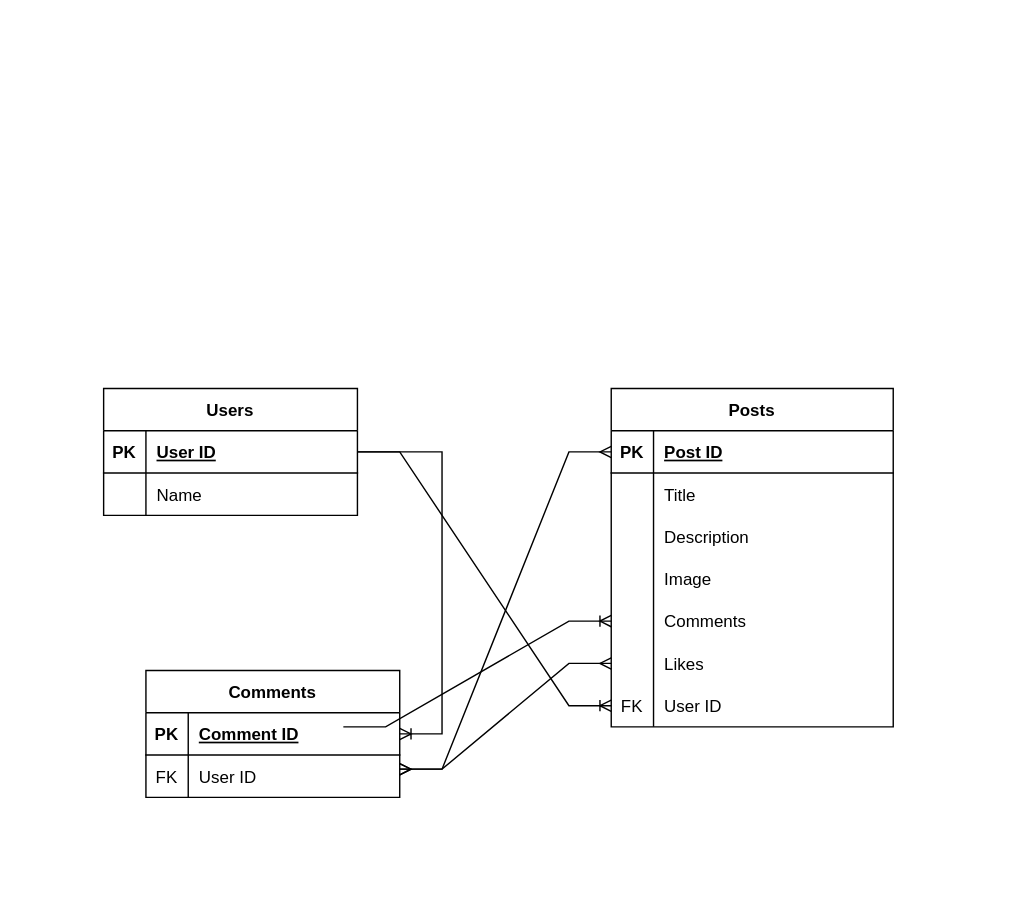
The draw.io diagram Blogging Application.drawio in yanley/testsite, before the edit. Source tidied: cells renumbered, new cells numbered last; positions are measured from the earlier drawing's top-left corner, leaving out a move shared by most shapes. Both pictures are drawn from the tidied source at 141%, with x=0, y=0 at pixel (103, 388).
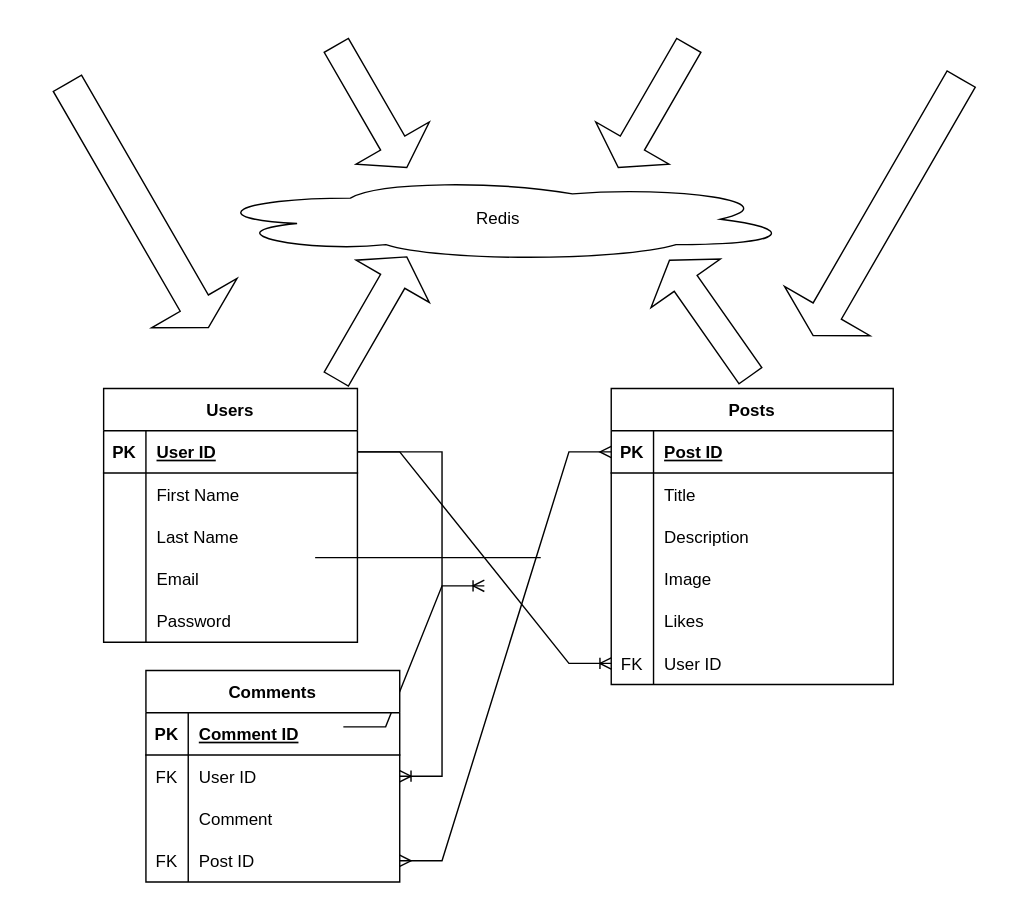
The same diagram, later.

Commit message:
Added Redis cache and additional user fields

The change refers to these unchanged cells:
```xml
<mxCell id="3" style="shape=tableRow;horizontal=0;startSize=0;swimlaneHead=0;swimlaneBody=0;fillColor=none;points=[[0,0.5],[1,0.5]];portConstraint=eastwest;top=0;left=0;right=0;bottom=1;" parent="2" vertex="1">
  <mxGeometry y="30" width="180" height="30" as="geometry" />
</mxCell>
<mxCell id="6" style="shape=tableRow;horizontal=0;startSize=0;swimlaneHead=0;swimlaneBody=0;fillColor=none;top=0;left=0;right=0;bottom=0;" parent="2" vertex="1">
  <mxGeometry y="60" width="180" height="30" as="geometry" />
</mxCell>
<mxCell id="10" style="shape=tableRow;horizontal=0;startSize=0;swimlaneHead=0;swimlaneBody=0;fillColor=none;points=[[0,0.5],[1,0.5]];portConstraint=eastwest;top=0;left=0;right=0;bottom=1;" parent="9" vertex="1">
  <mxGeometry y="30" width="200" height="30" as="geometry" />
</mxCell>
<mxCell id="34" style="shape=tableRow;horizontal=0;startSize=0;swimlaneHead=0;swimlaneBody=0;fillColor=none;points=[[0,0.5],[1,0.5]];portConstraint=eastwest;top=0;left=0;right=0;bottom=1;" parent="33" vertex="1">
  <mxGeometry y="30" width="180" height="30" as="geometry" />
</mxCell>
<mxCell id="37" style="shape=tableRow;horizontal=0;startSize=0;swimlaneHead=0;swimlaneBody=0;fillColor=none;points=[[0,0.5],[1,0.5]];portConstraint=eastwest;top=0;left=0;right=0;bottom=0;" parent="33" vertex="1">
  <mxGeometry y="60" width="180" height="30" as="geometry" />
</mxCell>
```

Diff of the diagram source:
```diff
@@
     <mxCell id="2" value="Users" style="shape=table;startSize=30;childLayout=tableLayout;rowLines=0;fontStyle=1;align=center;" parent="1" vertex="1">
-      <mxGeometry width="180" height="90" as="geometry" />
+      <mxGeometry width="180" height="180" as="geometry" />
     </mxCell>
@@
-    <mxCell id="8" value="Name" style="shape=partialRectangle;fillColor=none;top=0;left=0;bottom=0;right=0;align=left;spacingLeft=6;overflow=hidden;" parent="6" vertex="1">
+    <mxCell id="8" value="First Name" style="shape=partialRectangle;fillColor=none;top=0;left=0;bottom=0;right=0;align=left;spacingLeft=6;overflow=hidden;" parent="6" vertex="1">
       <mxGeometry x="30" width="150" height="30" as="geometry" />
     </mxCell>
+    <mxCell id="43" style="shape=tableRow;horizontal=0;startSize=0;swimlaneHead=0;swimlaneBody=0;fillColor=none;top=0;left=0;right=0;bottom=0;" parent="2" vertex="1">
+      <mxGeometry y="90" width="180" height="30" as="geometry" />
+    </mxCell>
+    <mxCell id="44" style="shape=partialRectangle;fillColor=none;top=0;left=0;bottom=0;right=0;overflow=hidden;" parent="43" vertex="1">
+      <mxGeometry width="30" height="30" as="geometry" />
+    </mxCell>
+    <mxCell id="45" value="Last Name" style="shape=partialRectangle;fillColor=none;top=0;left=0;bottom=0;right=0;align=left;spacingLeft=6;overflow=hidden;" parent="43" vertex="1">
+      <mxGeometry x="30" width="150" height="30" as="geometry" />
+    </mxCell>
+    <mxCell id="46" style="shape=tableRow;horizontal=0;startSize=0;swimlaneHead=0;swimlaneBody=0;fillColor=none;top=0;left=0;right=0;bottom=0;" parent="2" vertex="1">
+      <mxGeometry y="120" width="180" height="30" as="geometry" />
+    </mxCell>
+    <mxCell id="47" style="shape=partialRectangle;fillColor=none;top=0;left=0;bottom=0;right=0;overflow=hidden;" parent="46" vertex="1">
+      <mxGeometry width="30" height="30" as="geometry" />
+    </mxCell>
+    <mxCell id="48" value="Email" style="shape=partialRectangle;fillColor=none;top=0;left=0;bottom=0;right=0;align=left;spacingLeft=6;overflow=hidden;" parent="46" vertex="1">
+      <mxGeometry x="30" width="150" height="30" as="geometry" />
+    </mxCell>
+    <mxCell id="49" style="shape=tableRow;horizontal=0;startSize=0;swimlaneHead=0;swimlaneBody=0;fillColor=none;top=0;left=0;right=0;bottom=0;" parent="2" vertex="1">
+      <mxGeometry y="150" width="180" height="30" as="geometry" />
+    </mxCell>
+    <mxCell id="50" style="shape=partialRectangle;fillColor=none;top=0;left=0;bottom=0;right=0;overflow=hidden;" parent="49" vertex="1">
+      <mxGeometry width="30" height="30" as="geometry" />
+    </mxCell>
+    <mxCell id="51" value="Password" style="shape=partialRectangle;fillColor=none;top=0;left=0;bottom=0;right=0;align=left;spacingLeft=6;overflow=hidden;" parent="49" vertex="1">
+      <mxGeometry x="30" width="150" height="30" as="geometry" />
+    </mxCell>
     <mxCell id="9" value="Posts" style="shape=table;startSize=30;childLayout=tableLayout;rowLines=0;fontStyle=1;align=center;" parent="1" vertex="1">
-      <mxGeometry x="360" width="200" height="240" as="geometry" />
+      <mxGeometry x="360" width="200" height="210" as="geometry" />
     </mxCell>
@@
-    <mxCell id="22" style="shape=tableRow;horizontal=0;startSize=0;swimlaneHead=0;swimlaneBody=0;fillColor=none;points=[[0,0.5],[1,0.5]];portConstraint=eastwest;top=0;left=0;right=0;bottom=0;" parent="9" vertex="1">
-      <mxGeometry y="150" width="200" height="30" as="geometry" />
-    </mxCell>
-    <mxCell id="23" style="shape=partialRectangle;fillColor=none;top=0;left=0;bottom=0;right=0;overflow=hidden;" parent="22" vertex="1">
-      <mxGeometry width="30" height="30" as="geometry" />
-    </mxCell>
-    <mxCell id="24" value="Comments " style="shape=partialRectangle;fillColor=none;top=0;left=0;bottom=0;right=0;align=left;spacingLeft=6;overflow=hidden;" parent="22" vertex="1">
-      <mxGeometry x="30" width="170" height="30" as="geometry" />
-    </mxCell>
     <mxCell id="25" style="shape=tableRow;horizontal=0;startSize=0;swimlaneHead=0;swimlaneBody=0;fillColor=none;points=[[0,0.5],[1,0.5]];portConstraint=eastwest;top=0;left=0;right=0;bottom=0;" parent="9" vertex="1">
-      <mxGeometry y="180" width="200" height="30" as="geometry" />
+      <mxGeometry y="150" width="200" height="30" as="geometry" />
     </mxCell>
@@
     <mxCell id="28" style="shape=tableRow;horizontal=0;startSize=0;swimlaneHead=0;swimlaneBody=0;fillColor=none;points=[[0,0.5],[1,0.5]];portConstraint=eastwest;top=0;left=0;right=0;bottom=0;" parent="9" vertex="1">
-      <mxGeometry y="210" width="200" height="30" as="geometry" />
+      <mxGeometry y="180" width="200" height="30" as="geometry" />
     </mxCell>
@@
-    <mxCell id="31" style="edgeStyle=entityRelationEdgeStyle;fontSize=12;html=1;endArrow=ERoneToMany;rounded=0;exitX=1.011;exitY=0.733;exitDx=0;exitDy=0;exitPerimeter=0;" parent="1" edge="1" target="22">
+    <mxCell id="31" style="edgeStyle=entityRelationEdgeStyle;fontSize=12;html=1;endArrow=ERoneToMany;rounded=0;exitX=1.011;exitY=0.733;exitDx=0;exitDy=0;exitPerimeter=0;" parent="1" edge="1">
       <mxGeometry relative="1" as="geometry">
         <mxPoint x="170" y="240" as="sourcePoint" />
+        <mxPoint x="270" y="140" as="targetPoint" />
       </mxGeometry>
     </mxCell>
@@
     <mxCell id="33" value="Comments" style="shape=table;startSize=30;childLayout=tableLayout;rowLines=0;fontStyle=1;align=center;" parent="1" vertex="1">
-      <mxGeometry x="30" y="200" width="180" height="90" as="geometry" />
+      <mxGeometry x="30" y="200" width="180" height="150" as="geometry" />
     </mxCell>
@@
-    <mxCell id="40" style="edgeStyle=entityRelationEdgeStyle;fontSize=12;html=1;endArrow=ERoneToMany;rounded=0;" parent="1" edge="1" source="3" target="34">
-      <mxGeometry relative="1" as="geometry" />
-    </mxCell>
-    <mxCell id="41" style="edgeStyle=entityRelationEdgeStyle;fontSize=12;html=1;endArrow=ERmany;startArrow=ERmany;rounded=0;" parent="1" edge="1" target="25">
-      <mxGeometry relative="1" as="geometry">
-        <mxPoint x="210" y="270" as="sourcePoint" />
-      </mxGeometry>
-    </mxCell>
+    <mxCell id="52" style="shape=tableRow;horizontal=0;startSize=0;swimlaneHead=0;swimlaneBody=0;fillColor=none;top=0;left=0;right=0;bottom=0;" parent="33" vertex="1">
+      <mxGeometry y="90" width="180" height="30" as="geometry" />
+    </mxCell>
+    <mxCell id="53" style="shape=partialRectangle;fillColor=none;top=0;left=0;bottom=0;right=0;overflow=hidden;" parent="52" vertex="1">
+      <mxGeometry width="30" height="30" as="geometry" />
+    </mxCell>
+    <mxCell id="54" value="Comment" style="shape=partialRectangle;fillColor=none;top=0;left=0;bottom=0;right=0;align=left;spacingLeft=6;overflow=hidden;" parent="52" vertex="1">
+      <mxGeometry x="30" width="150" height="30" as="geometry" />
+    </mxCell>
+    <mxCell id="55" style="shape=tableRow;horizontal=0;startSize=0;swimlaneHead=0;swimlaneBody=0;fillColor=none;points=[[0,0.5],[1,0.5]];portConstraint=eastwest;top=0;left=0;right=0;bottom=0;" parent="33" vertex="1">
+      <mxGeometry y="120" width="180" height="30" as="geometry" />
+    </mxCell>
+    <mxCell id="56" value="FK" style="shape=partialRectangle;fillColor=none;top=0;left=0;bottom=0;right=0;overflow=hidden;" parent="55" vertex="1">
+      <mxGeometry width="30" height="30" as="geometry" />
+    </mxCell>
+    <mxCell id="57" value="Post ID" style="shape=partialRectangle;fillColor=none;top=0;left=0;bottom=0;right=0;align=left;spacingLeft=6;overflow=hidden;" parent="55" vertex="1">
+      <mxGeometry x="30" width="150" height="30" as="geometry" />
+    </mxCell>
-    <mxCell id="42" style="edgeStyle=entityRelationEdgeStyle;fontSize=12;html=1;endArrow=ERmany;startArrow=ERmany;rounded=0;entryX=0;entryY=0.5;entryDx=0;entryDy=0;" parent="1" edge="1" target="10">
-      <mxGeometry relative="1" as="geometry">
-        <mxPoint x="210" y="270" as="sourcePoint" />
-      </mxGeometry>
+    <mxCell id="42" style="edgeStyle=entityRelationEdgeStyle;fontSize=12;html=1;endArrow=ERmany;startArrow=ERmany;rounded=0;entryX=0;entryY=0.5;entryDx=0;entryDy=0;exitX=1;exitY=0.5;exitDx=0;exitDy=0;" parent="1" edge="1" source="55" target="10">
+      <mxGeometry relative="1" as="geometry" />
     </mxCell>
+    <mxCell id="58" style="edgeStyle=entityRelationEdgeStyle;fontSize=12;html=1;endArrow=ERoneToMany;rounded=0;exitX=1;exitY=0.5;exitDx=0;exitDy=0;" parent="1" edge="1" source="3" target="37">
+      <mxGeometry relative="1" as="geometry" />
+    </mxCell>
+    <mxCell id="59" value="Redis" style="ellipse;shape=cloud;whiteSpace=wrap;html=1;align=center;" parent="1" vertex="1">
+      <mxGeometry x="70" y="-150" width="420" height="60" as="geometry" />
+    </mxCell>
+    <mxCell id="60" style="endArrow=none;html=1;rounded=0;" parent="1" edge="1">
+      <mxGeometry relative="1" as="geometry">
+        <mxPoint x="150" y="120" as="sourcePoint" />
+        <mxPoint x="310" y="120" as="targetPoint" />
+      </mxGeometry>
+    </mxCell>
+    <mxCell id="61" style="html=1;shadow=0;dashed=0;align=center;verticalAlign=middle;shape=mxgraph.arrows2.arrow;dy=0.67;dx=20;notch=0;rotation=60;" parent="1" vertex="1">
+      <mxGeometry x="140" y="-230" width="100" height="60" as="geometry" />
+    </mxCell>
+    <mxCell id="62" style="html=1;shadow=0;dashed=0;align=center;verticalAlign=middle;shape=mxgraph.arrows2.arrow;dy=0.67;dx=20;notch=0;rotation=120;" parent="1" vertex="1">
+      <mxGeometry x="340" y="-230" width="100" height="60" as="geometry" />
+    </mxCell>
+    <mxCell id="63" style="html=1;shadow=0;dashed=0;align=center;verticalAlign=middle;shape=mxgraph.arrows2.arrow;dy=0.67;dx=20;notch=0;rotation=60;" parent="1" vertex="1">
+      <mxGeometry x="-75.7" y="-164.8" width="200" height="70" as="geometry" />
+    </mxCell>
+    <mxCell id="64" style="html=1;shadow=0;dashed=0;align=center;verticalAlign=middle;shape=mxgraph.arrows2.arrow;dy=0.67;dx=20;notch=0;rotation=120;" parent="1" vertex="1">
+      <mxGeometry x="450.7" y="-163.5" width="210" height="70" as="geometry" />
+    </mxCell>
+    <mxCell id="65" style="html=1;shadow=0;dashed=0;align=center;verticalAlign=middle;shape=mxgraph.arrows2.arrow;dy=0.67;dx=20;notch=0;rotation=-125;" parent="1" vertex="1">
+      <mxGeometry x="380" y="-80" width="100" height="60" as="geometry" />
+    </mxCell>
+    <mxCell id="66" style="html=1;shadow=0;dashed=0;align=center;verticalAlign=middle;shape=mxgraph.arrows2.arrow;dy=0.67;dx=20;notch=0;rotation=-60;" parent="1" vertex="1">
+      <mxGeometry x="140" y="-80" width="100" height="60" as="geometry" />
+    </mxCell>
```
